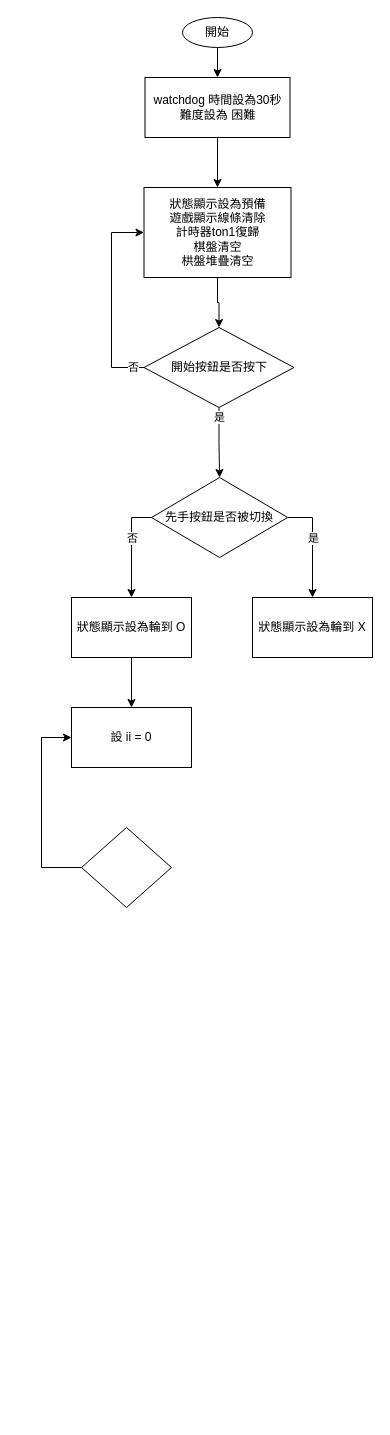
WorldOfWheat/test keeps this draw.io diagram as Untitled Diagram.drawio. Above is the earlier version. Source tidied: cells renumbered, new cells numbered last; positions are measured from the earlier drawing's top-left corner, leaving out a move shared by most shapes. Both pictures are drawn from the tidied source at 100%, with x=0, y=0 at pixel (41, 17).
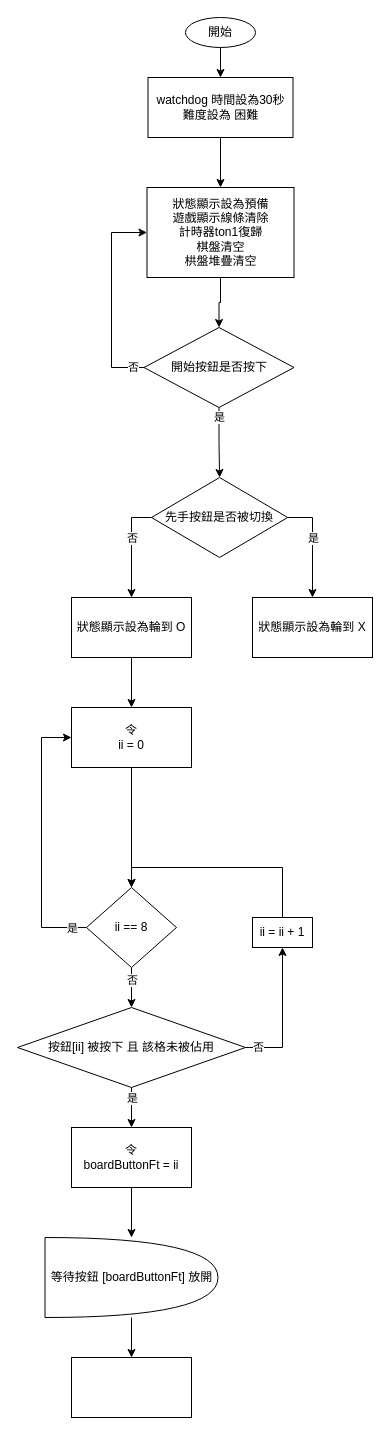
Above is the later version.

The edit, as a diff of the source:
```diff
@@
     <mxCell id="3" value="開始" style="ellipse;whiteSpace=wrap;html=1;" parent="1" vertex="1">
-      <mxGeometry x="141" width="70" height="30" as="geometry" />
+      <mxGeometry x="144" width="70" height="30" as="geometry" />
     </mxCell>
@@
     <mxCell id="5" value="&lt;div style=&quot;&quot;&gt;&lt;font style=&quot;font-size: 12px;&quot;&gt;watchdog 時間設為30秒&lt;/font&gt;&lt;/div&gt;&lt;div style=&quot;&quot;&gt;&lt;font style=&quot;font-size: 12px;&quot;&gt;難度設為 困難&lt;br&gt;&lt;/font&gt;&lt;/div&gt;" style="rounded=0;whiteSpace=wrap;html=1;" parent="1" vertex="1">
-      <mxGeometry x="103.5" y="60" width="145" height="60" as="geometry" />
+      <mxGeometry x="106.5" y="60" width="145" height="60" as="geometry" />
     </mxCell>
@@
     <mxCell id="7" value="&lt;div&gt;狀態顯示設為預備&lt;/div&gt;&lt;div&gt;遊戲顯示線條清除&lt;/div&gt;&lt;div&gt;計時器ton1復歸&lt;/div&gt;&lt;div&gt;棋盤清空&lt;/div&gt;&lt;div&gt;栱盤堆疊清空&lt;br&gt;&lt;/div&gt;" style="rounded=0;whiteSpace=wrap;html=1;" parent="1" vertex="1">
-      <mxGeometry x="102.5" y="170" width="147" height="90" as="geometry" />
+      <mxGeometry x="105.5" y="170" width="147" height="90" as="geometry" />
     </mxCell>
@@
+    <mxCell id="24" style="edgeStyle=orthogonalEdgeStyle;rounded=0;jettySize=auto;html=1;entryX=0.5;entryY=0;entryDx=0;entryDy=0;" parent="1" edge="1" source="21" target="23">
+      <mxGeometry relative="1" as="geometry" />
+    </mxCell>
-    <mxCell id="21" value="設 ii = 0" style="rounded=0;whiteSpace=wrap;html=1;" parent="1" vertex="1">
+    <mxCell id="21" value="&lt;div&gt;令&lt;br&gt;&lt;/div&gt;&lt;div&gt;ii = 0&lt;/div&gt;" style="rounded=0;whiteSpace=wrap;html=1;" parent="1" vertex="1">
       <mxGeometry x="30" y="690" width="120" height="60" as="geometry" />
     </mxCell>
     <mxCell id="22" style="edgeStyle=orthogonalEdgeStyle;rounded=0;jettySize=auto;html=1;exitX=0;exitY=0.5;exitDx=0;exitDy=0;entryX=0;entryY=0.5;entryDx=0;entryDy=0;" parent="1" edge="1" source="23" target="21">
       <mxGeometry relative="1" as="geometry">
         <Array as="points">
-          <mxPoint y="850" />
+          <mxPoint y="910" />
           <mxPoint y="720" />
         </Array>
       </mxGeometry>
     </mxCell>
+    <mxCell id="25" value="&lt;div&gt;是&lt;/div&gt;" style="edgeLabel;html=1;align=center;verticalAlign=middle;" parent="22" vertex="1">
+      <mxGeometry x="-0.89" y="2" relative="1" as="geometry">
+        <mxPoint y="-2" as="offset" />
+      </mxGeometry>
+    </mxCell>
+    <mxCell id="26" style="edgeStyle=orthogonalEdgeStyle;rounded=0;jettySize=auto;html=1;" parent="1" edge="1" source="23" target="32">
+      <mxGeometry relative="1" as="geometry" />
+    </mxCell>
+    <mxCell id="27" value="否" style="edgeLabel;html=1;align=center;verticalAlign=middle;" parent="26" vertex="1">
+      <mxGeometry x="-0.42" relative="1" as="geometry" />
+    </mxCell>
-    <mxCell id="23" style="rhombus;whiteSpace=wrap;html=1;" parent="1" vertex="1">
-      <mxGeometry x="40" y="810" width="90" height="80" as="geometry" />
+    <mxCell id="23" value="ii == 8" style="rhombus;whiteSpace=wrap;html=1;" parent="1" vertex="1">
+      <mxGeometry x="45" y="870" width="90" height="80" as="geometry" />
     </mxCell>
+    <mxCell id="28" style="edgeStyle=orthogonalEdgeStyle;rounded=0;jettySize=auto;html=1;" parent="1" edge="1" source="32" target="34">
+      <mxGeometry relative="1" as="geometry">
+        <Array as="points">
+          <mxPoint x="241" y="1030" />
+        </Array>
+      </mxGeometry>
+    </mxCell>
+    <mxCell id="29" value="否" style="edgeLabel;html=1;align=center;verticalAlign=middle;" parent="28" vertex="1">
+      <mxGeometry x="-0.83" y="1" relative="1" as="geometry" />
+    </mxCell>
+    <mxCell id="30" style="edgeStyle=orthogonalEdgeStyle;rounded=0;jettySize=auto;html=1;entryX=0.5;entryY=0;entryDx=0;entryDy=0;" parent="1" edge="1" source="32" target="36">
+      <mxGeometry relative="1" as="geometry" />
+    </mxCell>
+    <mxCell id="31" value="是" style="edgeLabel;html=1;align=center;verticalAlign=middle;" parent="30" vertex="1">
+      <mxGeometry x="-0.69" y="-1" relative="1" as="geometry">
+        <mxPoint x="1" y="4" as="offset" />
+      </mxGeometry>
+    </mxCell>
+    <mxCell id="32" value="按鈕[ii] 被按下 且 該格未被佔用" style="rhombus;whiteSpace=wrap;html=1;" parent="1" vertex="1">
+      <mxGeometry x="-24" y="990" width="228" height="80" as="geometry" />
+    </mxCell>
+    <mxCell id="33" style="edgeStyle=orthogonalEdgeStyle;rounded=0;jettySize=auto;html=1;exitX=0.5;exitY=0;exitDx=0;exitDy=0;entryX=0.5;entryY=0;entryDx=0;entryDy=0;" parent="1" edge="1" source="34" target="23">
+      <mxGeometry relative="1" as="geometry" />
+    </mxCell>
+    <mxCell id="34" value="&lt;div&gt;ii = ii + 1&lt;/div&gt;" style="rounded=0;whiteSpace=wrap;html=1;" parent="1" vertex="1">
+      <mxGeometry x="211" y="900" width="60" height="30" as="geometry" />
+    </mxCell>
+    <mxCell id="35" style="edgeStyle=orthogonalEdgeStyle;rounded=0;jettySize=auto;html=1;" parent="1" edge="1" source="36" target="39">
+      <mxGeometry relative="1" as="geometry" />
+    </mxCell>
+    <mxCell id="36" value="&lt;div&gt;令&lt;/div&gt;&lt;div&gt;boardButtonFt = ii&lt;br&gt;&lt;/div&gt;" style="rounded=0;whiteSpace=wrap;html=1;" parent="1" vertex="1">
+      <mxGeometry x="30" y="1110" width="120" height="60" as="geometry" />
+    </mxCell>
+    <mxCell id="37" style="rounded=0;whiteSpace=wrap;html=1;" parent="1" vertex="1">
+      <mxGeometry x="30" y="1340" width="120" height="60" as="geometry" />
+    </mxCell>
+    <mxCell id="38" style="edgeStyle=orthogonalEdgeStyle;rounded=0;jettySize=auto;html=1;" parent="1" edge="1" source="39" target="37">
+      <mxGeometry relative="1" as="geometry" />
+    </mxCell>
+    <mxCell id="39" value="等待按鈕 [boardButtonFt] 放開" style="shape=or;whiteSpace=wrap;html=1;" parent="1" vertex="1">
+      <mxGeometry x="3.5" y="1220" width="173" height="80" as="geometry" />
+    </mxCell>
```
